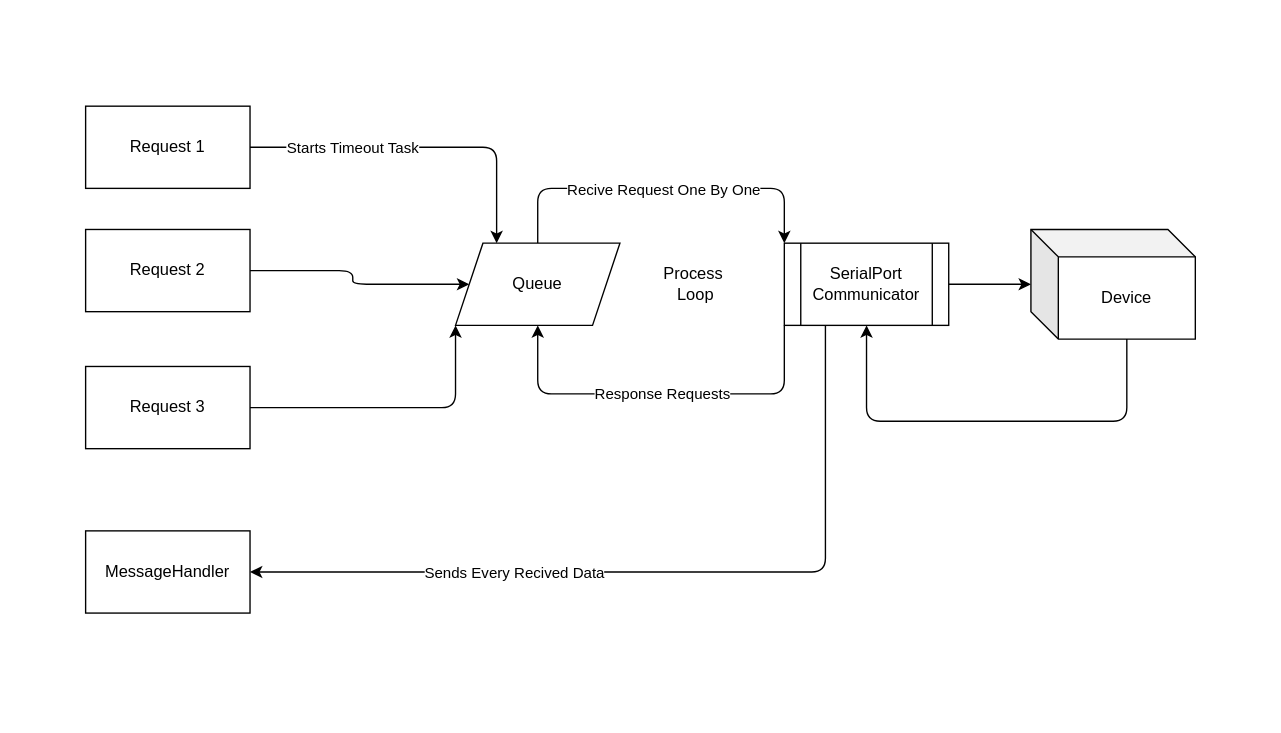
The draw.io diagram Docs/SerialCommunicatorDiagram.drawio in hmetgundogdu/SerialPortCommunicator, before the edit. Source tidied: cells renumbered, new cells numbered last; positions are measured from the earlier drawing's top-left corner, leaving out a move shared by most shapes. Both pictures are drawn from the tidied source at 137%, with x=0, y=0 at pixel (85, 105).
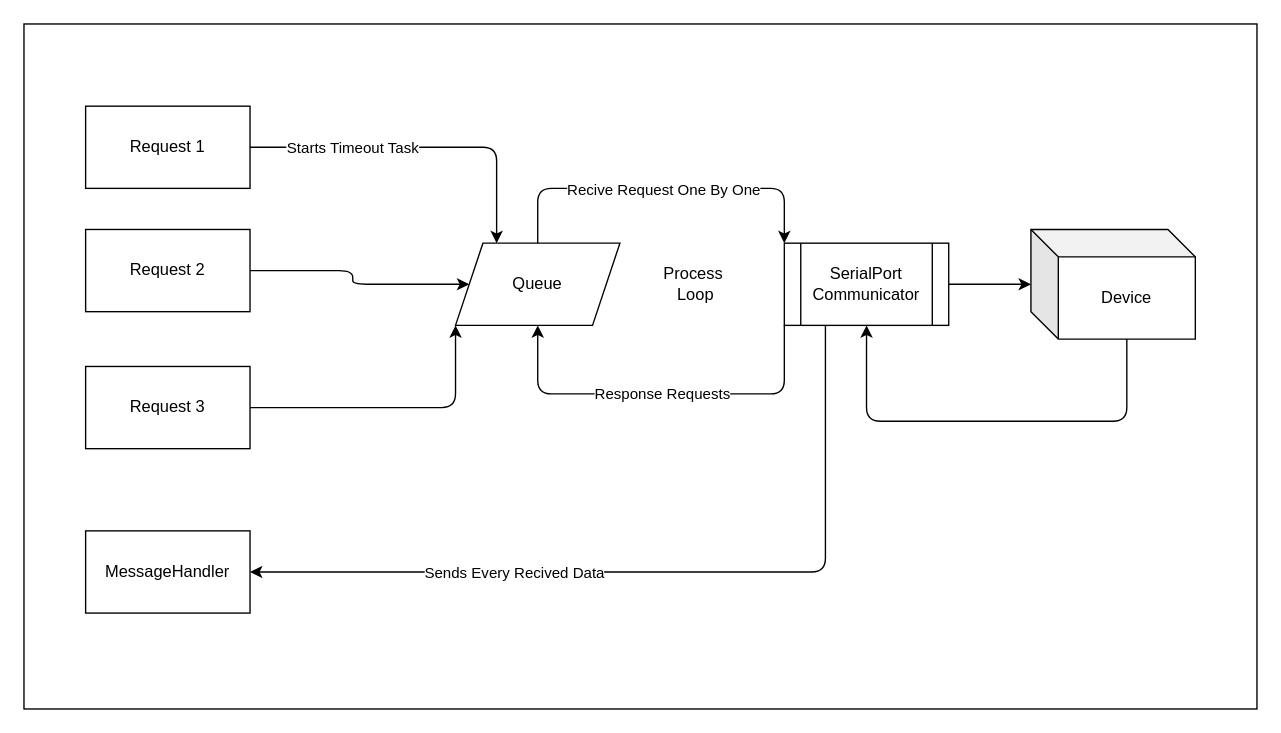
After the change.

Change to the diagram source:
```diff
@@
+    <mxCell id="22" style="rounded=0;whiteSpace=wrap;html=1;" parent="1" vertex="1">
+      <mxGeometry x="-45" y="-60" width="900" height="500" as="geometry" />
+    </mxCell>
```
